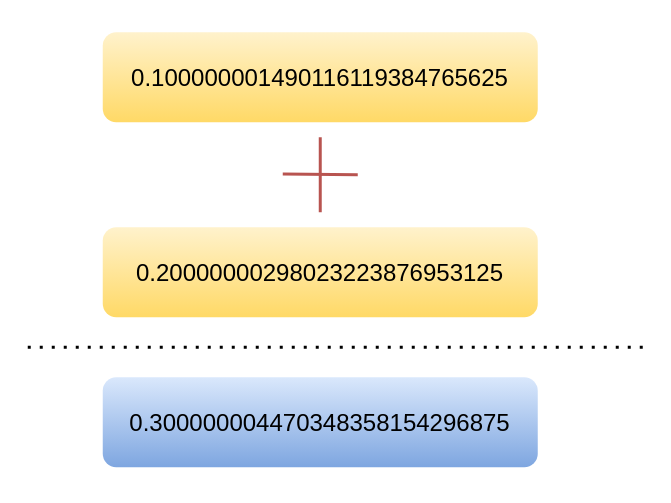
xiaolincoder/ImageHost3 keeps this draw.io diagram as 操作系统/浮点/0.1+0.2.drawio. Above is the earlier version. Source tidied: cells renumbered, new cells numbered last; positions are measured from the earlier drawing's top-left corner, leaving out a move shared by most shapes. Both pictures are drawn from the tidied source at 150%, with x=0, y=0 at pixel (27, 32).
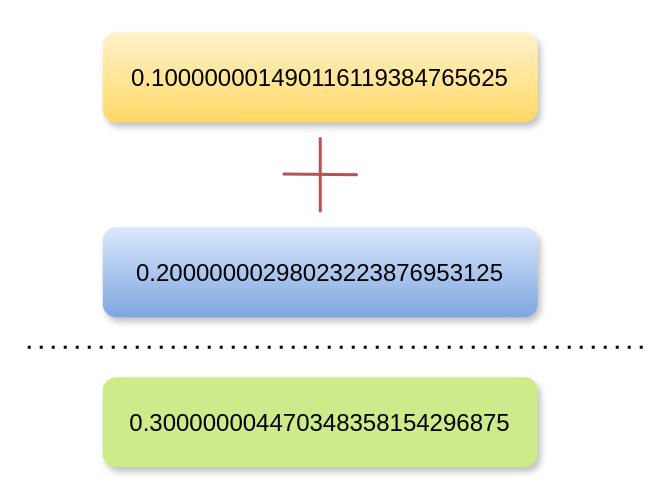
After the change.

What changed in the source:
```diff
@@
 <mxGraphModel>
   <root>
     <mxCell id="0" />
     <mxCell id="1" parent="0" />
-    <mxCell id="2" value="0.100000001490116119384765625" style="rounded=1;whiteSpace=wrap;html=1;gradientColor=#ffd966;fillColor=#fff2cc;fontSize=16;strokeColor=none;" parent="1" vertex="1">
+    <mxCell id="2" value="0.100000001490116119384765625" style="rounded=1;whiteSpace=wrap;html=1;gradientColor=#ffd966;fillColor=#fff2cc;fontSize=16;strokeColor=none;shadow=1;" parent="1" vertex="1">
       <mxGeometry x="50" width="290" height="60" as="geometry" />
     </mxCell>
-    <mxCell id="3" value="0.20000000298023223876953125" style="rounded=1;whiteSpace=wrap;html=1;gradientColor=#ffd966;fillColor=#fff2cc;fontSize=16;strokeColor=none;" parent="1" vertex="1">
+    <mxCell id="3" value="0.20000000298023223876953125" style="rounded=1;whiteSpace=wrap;html=1;fillColor=#dae8fc;fontSize=16;gradientColor=#7ea6e0;strokeColor=none;shadow=1;" parent="1" vertex="1">
       <mxGeometry x="50" y="130" width="290" height="60" as="geometry" />
     </mxCell>
     <mxCell id="4" style="endArrow=none;dashed=1;html=1;dashPattern=1 3;strokeWidth=2;fontSize=16;" parent="1" edge="1">
       <mxGeometry relative="1" as="geometry">
         <mxPoint y="210" as="sourcePoint" />
         <mxPoint x="410" y="210" as="targetPoint" />
       </mxGeometry>
     </mxCell>
-    <mxCell id="5" value="&lt;font&gt;0.300000004&lt;/font&gt;470348358154296875" style="rounded=1;whiteSpace=wrap;html=1;gradientColor=#7ea6e0;fillColor=#dae8fc;fontSize=16;strokeColor=none;" parent="1" vertex="1">
+    <mxCell id="5" value="&lt;font&gt;0.300000004&lt;/font&gt;470348358154296875" style="rounded=1;whiteSpace=wrap;html=1;fillColor=#cdeb8b;fontSize=16;shadow=1;strokeColor=none;" parent="1" vertex="1">
       <mxGeometry x="50" y="230" width="290" height="60" as="geometry" />
     </mxCell>
     <mxCell id="6" style="endArrow=none;html=1;fontSize=16;entryX=1;entryY=0.5;entryDx=0;entryDy=0;strokeWidth=2;gradientColor=#ea6b66;fillColor=#f8cecc;strokeColor=#b85450;" parent="1" edge="1">
       <mxGeometry relative="1" as="geometry">
         <mxPoint x="170" y="94.5" as="sourcePoint" />
         <mxPoint x="220" y="95" as="targetPoint" />
       </mxGeometry>
     </mxCell>
     <mxCell id="7" style="endArrow=none;html=1;fontSize=16;entryX=0.5;entryY=0;entryDx=0;entryDy=0;strokeWidth=2;gradientColor=#ea6b66;fillColor=#f8cecc;strokeColor=#b85450;" parent="1" edge="1">
       <mxGeometry relative="1" as="geometry">
         <mxPoint x="195" y="120" as="sourcePoint" />
         <mxPoint x="195" y="70" as="targetPoint" />
       </mxGeometry>
     </mxCell>
   </root>
 </mxGraphModel>
```
